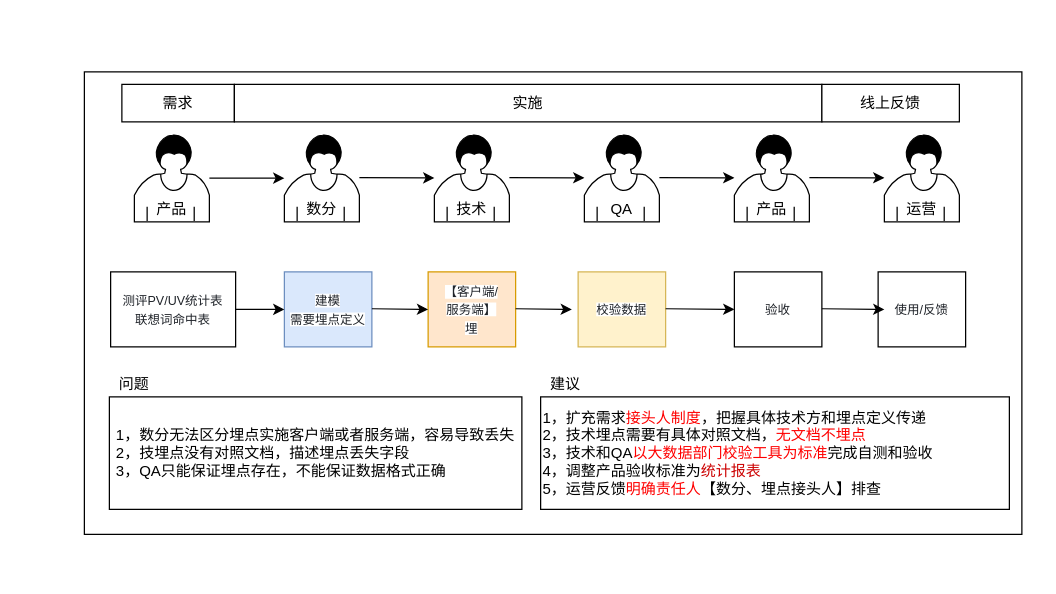
Earlier version of the draw.io diagram 任务流转流程.drawio (aiquantong/Hero). Source tidied: cells renumbered, new cells numbered last; positions are measured from the earlier drawing's top-left corner, leaving out a move shared by most shapes. Both pictures are drawn from the tidied source at 125%, with x=0, y=0 at pixel (84, 71).
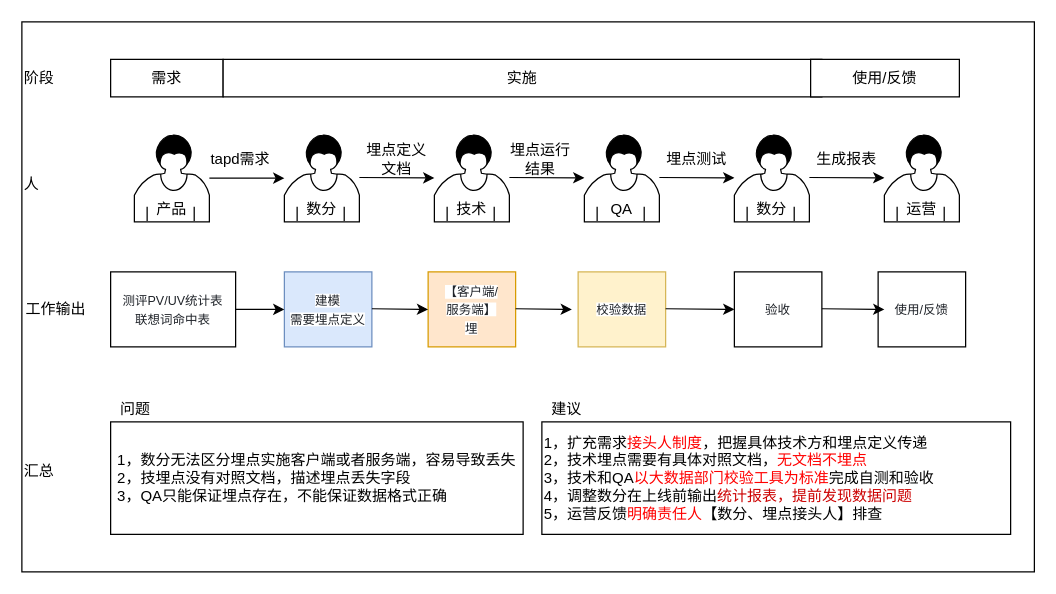
Above is the later version.

Commit message:
Update 任务流转流程.drawio

The edit, as a diff of the source:
```diff
@@
     <mxCell id="2" style="rounded=0;whiteSpace=wrap;html=1;" parent="1" vertex="1">
-      <mxGeometry width="750" height="370" as="geometry" />
+      <mxGeometry x="-50" y="-40" width="810" height="440" as="geometry" />
     </mxCell>
@@
-    <mxCell id="12" value="产品" style="text;html=1;strokeColor=none;fillColor=none;align=center;verticalAlign=middle;whiteSpace=wrap;rounded=0;" parent="1" vertex="1">
+    <mxCell id="12" value="数分" style="text;html=1;strokeColor=none;fillColor=none;align=center;verticalAlign=middle;whiteSpace=wrap;rounded=0;" parent="1" vertex="1">
       <mxGeometry x="530" y="100" width="40" height="20" as="geometry" />
     </mxCell>
@@
     <mxCell id="31" value="&lt;div style=&quot;text-align: left&quot;&gt;&lt;span&gt;1，数分无法区分埋点实施客户端或者服务端，容易导致丢失&lt;/span&gt;&lt;br&gt;&lt;/div&gt;&lt;div style=&quot;text-align: left&quot;&gt;&lt;span&gt;2，技埋点没有对照文档，描述埋点丢失字段&lt;/span&gt;&lt;/div&gt;&lt;div style=&quot;text-align: left&quot;&gt;&lt;span&gt;3，QA只能保证埋点存在，不能保证数据格式正确&lt;/span&gt;&lt;/div&gt;" style="rounded=0;whiteSpace=wrap;html=1;" parent="1" vertex="1">
-      <mxGeometry x="20" y="260" width="330" height="90" as="geometry" />
+      <mxGeometry x="21" y="280" width="330" height="90" as="geometry" />
     </mxCell>
-    <mxCell id="32" value="&lt;div&gt;1，扩充需求&lt;font color=&quot;#ff0000&quot;&gt;接头人制度&lt;/font&gt;，把握具体技术方和埋点定义传递&lt;/div&gt;&lt;div&gt;2，技术埋点需要有具体对照文档，&lt;font color=&quot;#ff0000&quot;&gt;无文档不埋点&lt;/font&gt;&lt;/div&gt;&lt;div&gt;3，技术和QA&lt;font color=&quot;#ff0000&quot;&gt;以大数据部门校验工具为标准&lt;/font&gt;完成自测和验收&lt;/div&gt;&lt;div&gt;4，调整产品验收标准为&lt;font color=&quot;#cc0000&quot;&gt;统计报表&lt;/font&gt;&lt;/div&gt;&lt;div&gt;&lt;div&gt;5，运营反馈&lt;font color=&quot;#ff0000&quot;&gt;明确责任人&lt;/font&gt;【数分、埋点接头人】排查&lt;/div&gt;&lt;/div&gt;" style="rounded=0;whiteSpace=wrap;html=1;align=left;" parent="1" vertex="1">
-      <mxGeometry x="365" y="260" width="375" height="90" as="geometry" />
+    <mxCell id="32" value="&lt;div&gt;1，扩充需求&lt;font color=&quot;#ff0000&quot;&gt;接头人制度&lt;/font&gt;，把握具体技术方和埋点定义传递&lt;/div&gt;&lt;div&gt;2，技术埋点需要有具体对照文档，&lt;font color=&quot;#ff0000&quot;&gt;无文档不埋点&lt;/font&gt;&lt;/div&gt;&lt;div&gt;3，技术和QA&lt;font color=&quot;#ff0000&quot;&gt;以大数据部门校验工具为标准&lt;/font&gt;完成自测和验收&lt;/div&gt;&lt;div&gt;4，调整数分在上线前输出&lt;font color=&quot;#cc0000&quot;&gt;统计报表，提前发现数据问题&lt;/font&gt;&lt;/div&gt;&lt;div&gt;&lt;div&gt;5，运营反馈&lt;font color=&quot;#ff0000&quot;&gt;明确责任人&lt;/font&gt;【数分、埋点接头人】排查&lt;/div&gt;&lt;/div&gt;" style="rounded=0;whiteSpace=wrap;html=1;align=left;" parent="1" vertex="1">
+      <mxGeometry x="366" y="280" width="375" height="90" as="geometry" />
     </mxCell>
     <mxCell id="33" value="需求" style="rounded=0;whiteSpace=wrap;html=1;" parent="1" vertex="1">
-      <mxGeometry x="30" y="10" width="90" height="30" as="geometry" />
+      <mxGeometry x="21" y="-10" width="90" height="30" as="geometry" />
     </mxCell>
     <mxCell id="34" value="实施" style="rounded=0;whiteSpace=wrap;html=1;" parent="1" vertex="1">
-      <mxGeometry x="120" y="10" width="470" height="30" as="geometry" />
+      <mxGeometry x="111" y="-10" width="479" height="30" as="geometry" />
     </mxCell>
-    <mxCell id="35" value="线上反馈" style="rounded=0;whiteSpace=wrap;html=1;" parent="1" vertex="1">
-      <mxGeometry x="590" y="10" width="110" height="30" as="geometry" />
+    <mxCell id="35" value="使用/反馈" style="rounded=0;whiteSpace=wrap;html=1;" parent="1" vertex="1">
+      <mxGeometry x="581" y="-10" width="119" height="30" as="geometry" />
     </mxCell>
     <mxCell id="36" value="问题" style="text;html=1;strokeColor=none;fillColor=none;align=center;verticalAlign=middle;whiteSpace=wrap;rounded=0;" parent="1" vertex="1">
-      <mxGeometry x="20" y="240" width="40" height="20" as="geometry" />
+      <mxGeometry x="21" y="260" width="40" height="20" as="geometry" />
     </mxCell>
     <mxCell id="37" value="建议" style="text;html=1;strokeColor=none;fillColor=none;align=center;verticalAlign=middle;whiteSpace=wrap;rounded=0;" parent="1" vertex="1">
-      <mxGeometry x="365" y="240" width="40" height="20" as="geometry" />
+      <mxGeometry x="366" y="260" width="40" height="20" as="geometry" />
     </mxCell>
+    <mxCell id="38" value="tapd需求" style="text;html=1;strokeColor=none;fillColor=none;align=center;verticalAlign=middle;whiteSpace=wrap;rounded=0;" parent="1" vertex="1">
+      <mxGeometry x="100" y="60" width="50" height="20" as="geometry" />
+    </mxCell>
+    <mxCell id="39" value="埋点定义文档" style="text;html=1;strokeColor=none;fillColor=none;align=center;verticalAlign=middle;whiteSpace=wrap;rounded=0;" parent="1" vertex="1">
+      <mxGeometry x="220" y="60" width="60" height="20" as="geometry" />
+    </mxCell>
+    <mxCell id="40" value="埋点运行结果" style="text;html=1;strokeColor=none;fillColor=none;align=center;verticalAlign=middle;whiteSpace=wrap;rounded=0;" parent="1" vertex="1">
+      <mxGeometry x="335" y="60" width="60" height="20" as="geometry" />
+    </mxCell>
+    <mxCell id="41" value="埋点测试" style="text;html=1;strokeColor=none;fillColor=none;align=center;verticalAlign=middle;whiteSpace=wrap;rounded=0;" parent="1" vertex="1">
+      <mxGeometry x="460" y="60" width="60" height="20" as="geometry" />
+    </mxCell>
+    <mxCell id="42" value="生成报表" style="text;html=1;strokeColor=none;fillColor=none;align=center;verticalAlign=middle;whiteSpace=wrap;rounded=0;" parent="1" vertex="1">
+      <mxGeometry x="580" y="60" width="60" height="20" as="geometry" />
+    </mxCell>
+    <mxCell id="43" value="阶段" style="text;html=1;strokeColor=none;fillColor=none;align=left;verticalAlign=middle;whiteSpace=wrap;rounded=0;" parent="1" vertex="1">
+      <mxGeometry x="-50" y="-5" width="40" height="20" as="geometry" />
+    </mxCell>
+    <mxCell id="44" value="人" style="text;html=1;strokeColor=none;fillColor=none;align=left;verticalAlign=middle;whiteSpace=wrap;rounded=0;" parent="1" vertex="1">
+      <mxGeometry x="-50" y="80" width="40" height="20" as="geometry" />
+    </mxCell>
+    <mxCell id="45" value="工作输出" style="text;html=1;strokeColor=none;fillColor=none;align=center;verticalAlign=middle;whiteSpace=wrap;rounded=0;" parent="1" vertex="1">
+      <mxGeometry x="-50" y="180" width="55" height="20" as="geometry" />
+    </mxCell>
+    <mxCell id="46" value="汇总" style="text;html=1;strokeColor=none;fillColor=none;align=left;verticalAlign=middle;whiteSpace=wrap;rounded=0;" parent="1" vertex="1">
+      <mxGeometry x="-50" y="310" width="55" height="20" as="geometry" />
+    </mxCell>
```
